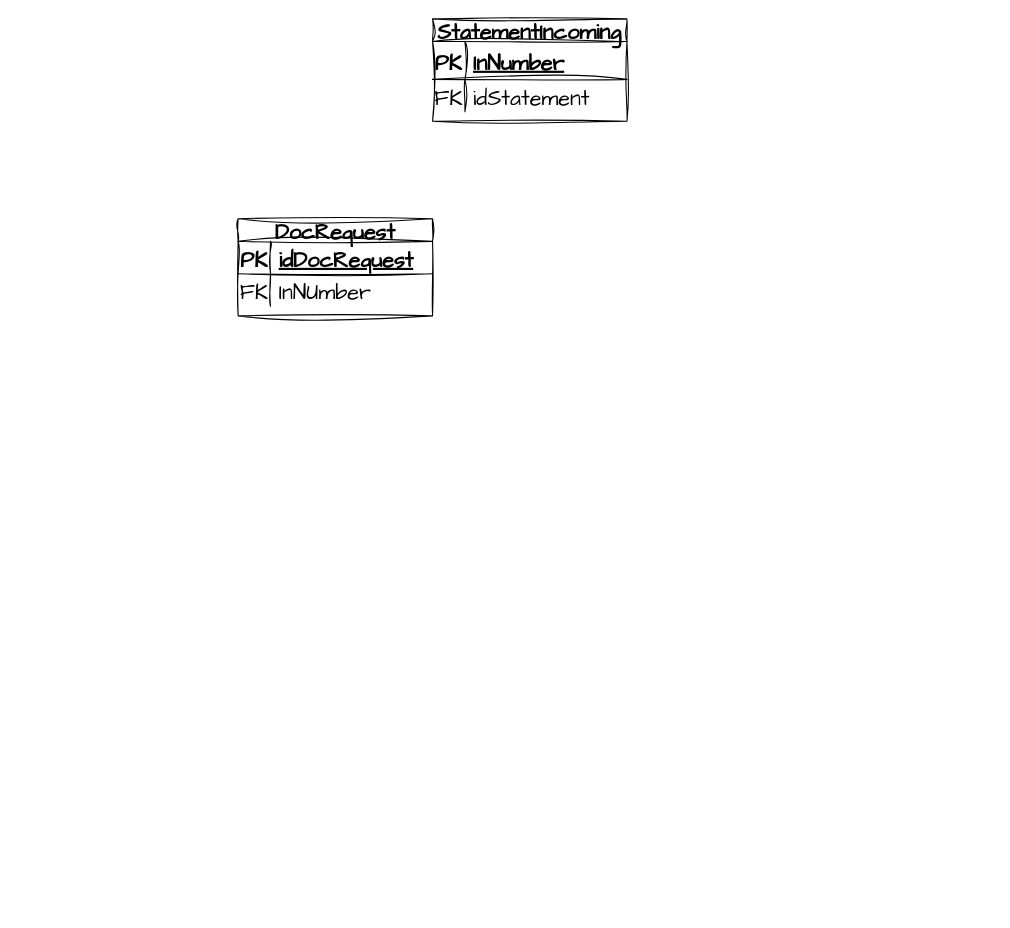
This is Domain/CS.National/DB.drawio from davyd0ff/so-line-grls, a draw.io file, before an edit. Source tidied: cells renumbered, new cells numbered last; positions are measured from the earlier drawing's top-left corner, leaving out a move shared by most shapes. Both pictures are drawn from the tidied source at 108%, with x=0, y=0 at pixel (238, 18).
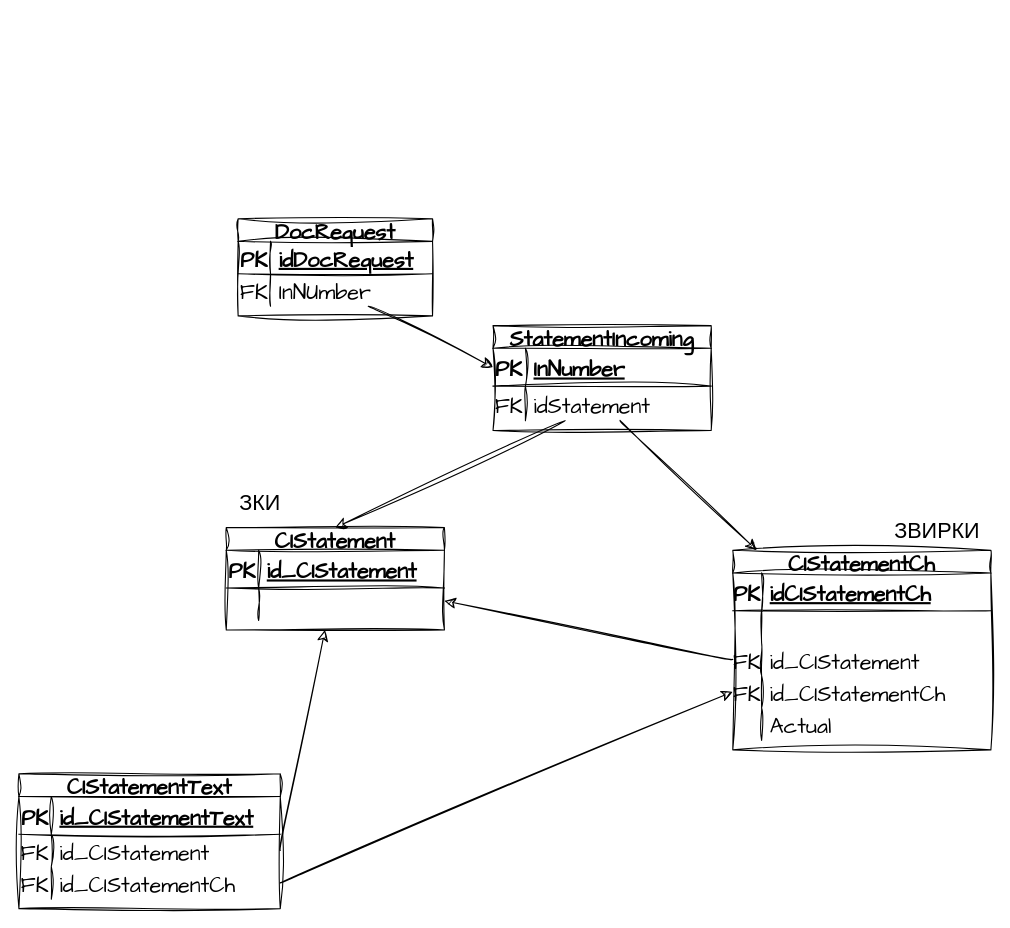
The same page after the edit.

Unchanged cells that the change refers to:
```xml
<mxCell id="6" style="shape=tableRow;horizontal=0;startSize=0;swimlaneHead=0;swimlaneBody=0;fillColor=none;points=[[0,0.5],[1,0.5]];portConstraint=eastwest;top=0;left=0;right=0;bottom=0;sketch=1;hachureGap=4;jiggle=2;curveFitting=1;fontFamily=Architects Daughter;fontSize=20;" parent="2" vertex="1">
  <mxGeometry y="51" width="180" height="30" as="geometry" />
</mxCell>
```

Change to the diagram source:
```diff
@@
     <mxCell id="9" value="StatementIncoming" style="shape=table;startSize=21;childLayout=tableLayout;rowLines=0;fontStyle=1;align=center;sketch=1;hachureGap=4;jiggle=2;curveFitting=1;fontFamily=Architects Daughter;fontSize=20;" parent="1" vertex="1">
-      <mxGeometry x="180" width="180" height="94.8" as="geometry" />
+      <mxGeometry x="236" y="284" width="202" height="97.1" as="geometry" />
     </mxCell>
     <mxCell id="10" style="shape=tableRow;horizontal=0;startSize=0;swimlaneHead=0;swimlaneBody=0;fillColor=none;points=[[0,0.5],[1,0.5]];portConstraint=eastwest;top=0;left=0;right=0;bottom=1;sketch=1;hachureGap=4;jiggle=2;curveFitting=1;fontFamily=Architects Daughter;fontSize=20;" parent="9" vertex="1">
-      <mxGeometry y="21" width="180" height="35" as="geometry" />
+      <mxGeometry y="21" width="202" height="35" as="geometry" />
     </mxCell>
@@
     <mxCell id="12" value="InNumber" style="shape=partialRectangle;fillColor=none;top=0;left=0;bottom=0;right=0;align=left;spacingLeft=6;fontStyle=5;overflow=hidden;sketch=1;hachureGap=4;jiggle=2;curveFitting=1;fontFamily=Architects Daughter;fontSize=20;" parent="10" vertex="1">
-      <mxGeometry x="30" width="150" height="35" as="geometry" />
+      <mxGeometry x="30" width="172" height="35" as="geometry" />
     </mxCell>
     <mxCell id="13" style="shape=tableRow;horizontal=0;startSize=0;swimlaneHead=0;swimlaneBody=0;fillColor=none;points=[[0,0.5],[1,0.5]];portConstraint=eastwest;top=0;left=0;right=0;bottom=0;sketch=1;hachureGap=4;jiggle=2;curveFitting=1;fontFamily=Architects Daughter;fontSize=20;" parent="9" vertex="1">
-      <mxGeometry y="56" width="180" height="30" as="geometry" />
+      <mxGeometry y="56" width="202" height="32" as="geometry" />
     </mxCell>
     <mxCell id="14" value="FK" style="shape=partialRectangle;fillColor=none;top=0;left=0;bottom=0;right=0;overflow=hidden;sketch=1;hachureGap=4;jiggle=2;curveFitting=1;fontFamily=Architects Daughter;fontSize=20;" parent="13" vertex="1">
-      <mxGeometry width="30" height="30" as="geometry" />
+      <mxGeometry width="30" height="32" as="geometry" />
     </mxCell>
     <mxCell id="15" value="idStatement" style="shape=partialRectangle;fillColor=none;top=0;left=0;bottom=0;right=0;align=left;spacingLeft=6;overflow=hidden;sketch=1;hachureGap=4;jiggle=2;curveFitting=1;fontFamily=Architects Daughter;fontSize=20;" parent="13" vertex="1">
-      <mxGeometry x="30" width="150" height="30" as="geometry" />
+      <mxGeometry x="30" width="172" height="32" as="geometry" />
     </mxCell>
+    <mxCell id="16" style="edgeStyle=none;curved=1;rounded=0;sketch=1;hachureGap=4;jiggle=2;curveFitting=1;jettySize=auto;html=1;entryX=0;entryY=0.5;entryDx=0;entryDy=0;fontFamily=Architects Daughter;fontSize=16;startSize=8;endSize=8;" parent="1" edge="1" source="6" target="10">
+      <mxGeometry relative="1" as="geometry" />
+    </mxCell>
+    <mxCell id="17" value="CIStatementText" style="shape=table;startSize=21;childLayout=tableLayout;rowLines=0;fontStyle=1;align=center;sketch=1;hachureGap=4;jiggle=2;curveFitting=1;fontFamily=Architects Daughter;fontSize=20;" parent="1" vertex="1">
+      <mxGeometry x="-203" y="699" width="242" height="124.8" as="geometry" />
+    </mxCell>
+    <mxCell id="18" style="shape=tableRow;horizontal=0;startSize=0;swimlaneHead=0;swimlaneBody=0;fillColor=none;top=0;left=0;right=0;bottom=1;sketch=1;hachureGap=4;jiggle=2;curveFitting=1;fontFamily=Architects Daughter;fontSize=20;" parent="17" vertex="1">
+      <mxGeometry y="21" width="242" height="35" as="geometry" />
+    </mxCell>
+    <mxCell id="19" value="PK" style="shape=partialRectangle;fillColor=none;top=0;left=0;bottom=0;right=0;fontStyle=1;overflow=hidden;sketch=1;hachureGap=4;jiggle=2;curveFitting=1;fontFamily=Architects Daughter;fontSize=20;" parent="18" vertex="1">
+      <mxGeometry width="30" height="35" as="geometry" />
+    </mxCell>
+    <mxCell id="20" value="id_CIStatementText" style="shape=partialRectangle;fillColor=none;top=0;left=0;bottom=0;right=0;align=left;spacingLeft=6;fontStyle=5;overflow=hidden;sketch=1;hachureGap=4;jiggle=2;curveFitting=1;fontFamily=Architects Daughter;fontSize=20;" parent="18" vertex="1">
+      <mxGeometry x="30" width="212" height="35" as="geometry" />
+    </mxCell>
+    <mxCell id="21" style="shape=tableRow;horizontal=0;startSize=0;swimlaneHead=0;swimlaneBody=0;fillColor=none;points=[[0,0.5],[1,0.5]];portConstraint=eastwest;top=0;left=0;right=0;bottom=0;sketch=1;hachureGap=4;jiggle=2;curveFitting=1;fontFamily=Architects Daughter;fontSize=20;" parent="17" vertex="1">
+      <mxGeometry y="56" width="242" height="30" as="geometry" />
+    </mxCell>
+    <mxCell id="22" value="FK" style="shape=partialRectangle;fillColor=none;top=0;left=0;bottom=0;right=0;overflow=hidden;sketch=1;hachureGap=4;jiggle=2;curveFitting=1;fontFamily=Architects Daughter;fontSize=20;" parent="21" vertex="1">
+      <mxGeometry width="30" height="30" as="geometry" />
+    </mxCell>
+    <mxCell id="23" value="id_CIStatement" style="shape=partialRectangle;fillColor=none;top=0;left=0;bottom=0;right=0;align=left;spacingLeft=6;overflow=hidden;sketch=1;hachureGap=4;jiggle=2;curveFitting=1;fontFamily=Architects Daughter;fontSize=20;" parent="21" vertex="1">
+      <mxGeometry x="30" width="212" height="30" as="geometry" />
+    </mxCell>
+    <mxCell id="24" style="shape=tableRow;horizontal=0;startSize=0;swimlaneHead=0;swimlaneBody=0;fillColor=none;points=[[0,0.5],[1,0.5]];portConstraint=eastwest;top=0;left=0;right=0;bottom=0;sketch=1;hachureGap=4;jiggle=2;curveFitting=1;fontFamily=Architects Daughter;fontSize=20;" parent="17" vertex="1">
+      <mxGeometry y="86" width="242" height="30" as="geometry" />
+    </mxCell>
+    <mxCell id="25" value="FK" style="shape=partialRectangle;fillColor=none;top=0;left=0;bottom=0;right=0;fontStyle=0;overflow=hidden;sketch=1;hachureGap=4;jiggle=2;curveFitting=1;fontFamily=Architects Daughter;fontSize=20;" parent="24" vertex="1">
+      <mxGeometry width="30" height="30" as="geometry" />
+    </mxCell>
+    <mxCell id="26" value="id_CIStatementCh" style="shape=partialRectangle;fillColor=none;top=0;left=0;bottom=0;right=0;align=left;spacingLeft=6;fontStyle=0;overflow=hidden;sketch=1;hachureGap=4;jiggle=2;curveFitting=1;fontFamily=Architects Daughter;fontSize=20;" parent="24" vertex="1">
+      <mxGeometry x="30" width="212" height="30" as="geometry" />
+    </mxCell>
+    <mxCell id="27" value="CIStatement" style="shape=table;startSize=21;childLayout=tableLayout;rowLines=0;fontStyle=1;align=center;sketch=1;hachureGap=4;jiggle=2;curveFitting=1;fontFamily=Architects Daughter;fontSize=20;" parent="1" vertex="1">
+      <mxGeometry x="-11" y="471" width="202" height="94.8" as="geometry" />
+    </mxCell>
+    <mxCell id="28" style="shape=tableRow;horizontal=0;startSize=0;swimlaneHead=0;swimlaneBody=0;fillColor=none;top=0;left=0;right=0;bottom=1;sketch=1;hachureGap=4;jiggle=2;curveFitting=1;fontFamily=Architects Daughter;fontSize=20;" parent="27" vertex="1">
+      <mxGeometry y="21" width="202" height="35" as="geometry" />
+    </mxCell>
+    <mxCell id="29" value="PK" style="shape=partialRectangle;fillColor=none;top=0;left=0;bottom=0;right=0;fontStyle=1;overflow=hidden;sketch=1;hachureGap=4;jiggle=2;curveFitting=1;fontFamily=Architects Daughter;fontSize=20;" parent="28" vertex="1">
+      <mxGeometry width="30" height="35" as="geometry" />
+    </mxCell>
+    <mxCell id="30" value="id_CIStatement" style="shape=partialRectangle;fillColor=none;top=0;left=0;bottom=0;right=0;align=left;spacingLeft=6;fontStyle=5;overflow=hidden;sketch=1;hachureGap=4;jiggle=2;curveFitting=1;fontFamily=Architects Daughter;fontSize=20;" parent="28" vertex="1">
+      <mxGeometry x="30" width="172" height="35" as="geometry" />
+    </mxCell>
+    <mxCell id="31" style="shape=tableRow;horizontal=0;startSize=0;swimlaneHead=0;swimlaneBody=0;fillColor=none;top=0;left=0;right=0;bottom=0;sketch=1;hachureGap=4;jiggle=2;curveFitting=1;fontFamily=Architects Daughter;fontSize=20;" parent="27" vertex="1">
+      <mxGeometry y="56" width="202" height="30" as="geometry" />
+    </mxCell>
+    <mxCell id="32" style="shape=partialRectangle;fillColor=none;top=0;left=0;bottom=0;right=0;overflow=hidden;sketch=1;hachureGap=4;jiggle=2;curveFitting=1;fontFamily=Architects Daughter;fontSize=20;" parent="31" vertex="1">
+      <mxGeometry width="30" height="30" as="geometry" />
+    </mxCell>
+    <mxCell id="33" style="shape=partialRectangle;fillColor=none;top=0;left=0;bottom=0;right=0;align=left;spacingLeft=6;overflow=hidden;sketch=1;hachureGap=4;jiggle=2;curveFitting=1;fontFamily=Architects Daughter;fontSize=20;" parent="31" vertex="1">
+      <mxGeometry x="30" width="172" height="30" as="geometry" />
+    </mxCell>
+    <mxCell id="34" value="CIStatementCh" style="shape=table;startSize=21;childLayout=tableLayout;rowLines=0;fontStyle=1;align=center;sketch=1;hachureGap=4;jiggle=2;curveFitting=1;fontFamily=Architects Daughter;fontSize=20;" parent="1" vertex="1">
+      <mxGeometry x="458" y="492" width="239" height="184.8" as="geometry" />
+    </mxCell>
+    <mxCell id="35" style="shape=tableRow;horizontal=0;startSize=0;swimlaneHead=0;swimlaneBody=0;fillColor=none;top=0;left=0;right=0;bottom=1;sketch=1;hachureGap=4;jiggle=2;curveFitting=1;fontFamily=Architects Daughter;fontSize=20;" parent="34" vertex="1">
+      <mxGeometry y="21" width="239" height="35" as="geometry" />
+    </mxCell>
+    <mxCell id="36" value="PK" style="shape=partialRectangle;fillColor=none;top=0;left=0;bottom=0;right=0;fontStyle=1;overflow=hidden;sketch=1;hachureGap=4;jiggle=2;curveFitting=1;fontFamily=Architects Daughter;fontSize=20;" parent="35" vertex="1">
+      <mxGeometry width="26.7" height="35" as="geometry" />
+    </mxCell>
+    <mxCell id="37" value="idCIStatementCh" style="shape=partialRectangle;fillColor=none;top=0;left=0;bottom=0;right=0;align=left;spacingLeft=6;fontStyle=5;overflow=hidden;sketch=1;hachureGap=4;jiggle=2;curveFitting=1;fontFamily=Architects Daughter;fontSize=20;" parent="35" vertex="1">
+      <mxGeometry x="26.7" width="212.3" height="35" as="geometry" />
+    </mxCell>
+    <mxCell id="38" style="shape=tableRow;horizontal=0;startSize=0;swimlaneHead=0;swimlaneBody=0;fillColor=none;top=0;left=0;right=0;bottom=0;sketch=1;hachureGap=4;jiggle=2;curveFitting=1;fontFamily=Architects Daughter;fontSize=20;" parent="34" vertex="1">
+      <mxGeometry y="56" width="239" height="30" as="geometry" />
+    </mxCell>
+    <mxCell id="39" style="shape=partialRectangle;fillColor=none;top=0;left=0;bottom=0;right=0;overflow=hidden;sketch=1;hachureGap=4;jiggle=2;curveFitting=1;fontFamily=Architects Daughter;fontSize=20;" parent="38" vertex="1">
+      <mxGeometry width="26.7" height="30" as="geometry" />
+    </mxCell>
+    <mxCell id="40" style="shape=partialRectangle;fillColor=none;top=0;left=0;bottom=0;right=0;align=left;spacingLeft=6;overflow=hidden;sketch=1;hachureGap=4;jiggle=2;curveFitting=1;fontFamily=Architects Daughter;fontSize=20;" parent="38" vertex="1">
+      <mxGeometry x="26.7" width="212.3" height="30" as="geometry" />
+    </mxCell>
+    <mxCell id="41" style="shape=tableRow;horizontal=0;startSize=0;swimlaneHead=0;swimlaneBody=0;fillColor=none;points=[[0,0.5],[1,0.5]];portConstraint=eastwest;top=0;left=0;right=0;bottom=0;sketch=1;hachureGap=4;jiggle=2;curveFitting=1;fontFamily=Architects Daughter;fontSize=20;" parent="34" vertex="1">
+      <mxGeometry y="86" width="239" height="30" as="geometry" />
+    </mxCell>
+    <mxCell id="42" value="FK" style="shape=partialRectangle;fillColor=none;top=0;left=0;bottom=0;right=0;fontStyle=0;overflow=hidden;sketch=1;hachureGap=4;jiggle=2;curveFitting=1;fontFamily=Architects Daughter;fontSize=20;" parent="41" vertex="1">
+      <mxGeometry width="26.7" height="30" as="geometry" />
+    </mxCell>
+    <mxCell id="43" value="id_CIStatement" style="shape=partialRectangle;fillColor=none;top=0;left=0;bottom=0;right=0;align=left;spacingLeft=6;fontStyle=0;overflow=hidden;sketch=1;hachureGap=4;jiggle=2;curveFitting=1;fontFamily=Architects Daughter;fontSize=20;" parent="41" vertex="1">
+      <mxGeometry x="26.7" width="212.3" height="30" as="geometry" />
+    </mxCell>
+    <mxCell id="44" style="shape=tableRow;horizontal=0;startSize=0;swimlaneHead=0;swimlaneBody=0;fillColor=none;points=[[0,0.5],[1,0.5]];portConstraint=eastwest;top=0;left=0;right=0;bottom=0;sketch=1;hachureGap=4;jiggle=2;curveFitting=1;fontFamily=Architects Daughter;fontSize=20;" parent="34" vertex="1">
+      <mxGeometry y="116" width="239" height="30" as="geometry" />
+    </mxCell>
+    <mxCell id="45" value="FK" style="shape=partialRectangle;fillColor=none;top=0;left=0;bottom=0;right=0;fontStyle=0;overflow=hidden;sketch=1;hachureGap=4;jiggle=2;curveFitting=1;fontFamily=Architects Daughter;fontSize=20;" parent="44" vertex="1">
+      <mxGeometry width="26.7" height="30" as="geometry" />
+    </mxCell>
+    <mxCell id="46" value="id_CIStatementCh" style="shape=partialRectangle;fillColor=none;top=0;left=0;bottom=0;right=0;align=left;spacingLeft=6;fontStyle=0;overflow=hidden;sketch=1;hachureGap=4;jiggle=2;curveFitting=1;fontFamily=Architects Daughter;fontSize=20;" parent="44" vertex="1">
+      <mxGeometry x="26.7" width="212.3" height="30" as="geometry" />
+    </mxCell>
+    <mxCell id="47" style="shape=tableRow;horizontal=0;startSize=0;swimlaneHead=0;swimlaneBody=0;fillColor=none;top=0;left=0;right=0;bottom=0;sketch=1;hachureGap=4;jiggle=2;curveFitting=1;fontFamily=Architects Daughter;fontSize=20;" parent="34" vertex="1">
+      <mxGeometry y="146" width="239" height="30" as="geometry" />
+    </mxCell>
+    <mxCell id="48" style="shape=partialRectangle;fillColor=none;top=0;left=0;bottom=0;right=0;overflow=hidden;sketch=1;hachureGap=4;jiggle=2;curveFitting=1;fontFamily=Architects Daughter;fontSize=20;" parent="47" vertex="1">
+      <mxGeometry width="26.7" height="30" as="geometry" />
+    </mxCell>
+    <mxCell id="49" value="Actual" style="shape=partialRectangle;fillColor=none;top=0;left=0;bottom=0;right=0;align=left;spacingLeft=6;overflow=hidden;sketch=1;hachureGap=4;jiggle=2;curveFitting=1;fontFamily=Architects Daughter;fontSize=20;" parent="47" vertex="1">
+      <mxGeometry x="26.7" width="212.3" height="30" as="geometry" />
+    </mxCell>
+    <mxCell id="50" style="edgeStyle=none;curved=1;rounded=0;sketch=1;hachureGap=4;jiggle=2;curveFitting=1;jettySize=auto;html=1;fontFamily=Architects Daughter;fontSize=16;startSize=8;endSize=8;" parent="1" edge="1" source="13" target="34">
+      <mxGeometry relative="1" as="geometry" />
+    </mxCell>
+    <mxCell id="51" style="edgeStyle=none;curved=1;rounded=0;sketch=1;hachureGap=4;jiggle=2;curveFitting=1;jettySize=auto;html=1;entryX=0.5;entryY=0;entryDx=0;entryDy=0;fontFamily=Architects Daughter;fontSize=16;startSize=8;endSize=8;" parent="1" edge="1" source="13" target="27">
+      <mxGeometry relative="1" as="geometry" />
+    </mxCell>
+    <mxCell id="52" style="edgeStyle=none;curved=1;rounded=0;sketch=1;hachureGap=4;jiggle=2;curveFitting=1;jettySize=auto;html=1;fontFamily=Architects Daughter;fontSize=16;startSize=8;endSize=8;exitX=0;exitY=0.5;exitDx=0;exitDy=0;" parent="1" edge="1" source="41" target="27">
+      <mxGeometry relative="1" as="geometry" />
+    </mxCell>
+    <mxCell id="53" style="edgeStyle=none;curved=1;rounded=0;sketch=1;hachureGap=4;jiggle=2;curveFitting=1;jettySize=auto;html=1;fontFamily=Architects Daughter;fontSize=16;startSize=8;endSize=8;exitX=1;exitY=0.5;exitDx=0;exitDy=0;" parent="1" edge="1" source="21" target="27">
+      <mxGeometry relative="1" as="geometry" />
+    </mxCell>
+    <mxCell id="54" style="edgeStyle=none;curved=1;rounded=0;sketch=1;hachureGap=4;jiggle=2;curveFitting=1;jettySize=auto;html=1;entryX=0;entryY=0.5;entryDx=0;entryDy=0;fontFamily=Architects Daughter;fontSize=16;startSize=8;endSize=8;exitX=1;exitY=0.5;exitDx=0;exitDy=0;" parent="1" edge="1" source="24" target="44">
+      <mxGeometry relative="1" as="geometry" />
+    </mxCell>
+    <mxCell id="55" value="ЗКИ" style="text;html=1;align=center;verticalAlign=middle;strokeColor=none;fillColor=none;fontSize=20;fontFamily=Architects Daughter;" parent="1" vertex="1">
+      <mxGeometry x="-8" y="430" width="56" height="36" as="geometry" />
+    </mxCell>
+    <mxCell id="56" value="ЗВИРКИ" style="text;html=1;align=center;verticalAlign=middle;strokeColor=none;fillColor=none;fontSize=20;fontFamily=Architects Daughter;" parent="1" vertex="1">
+      <mxGeometry x="599" y="456" width="95" height="36" as="geometry" />
+    </mxCell>
```
